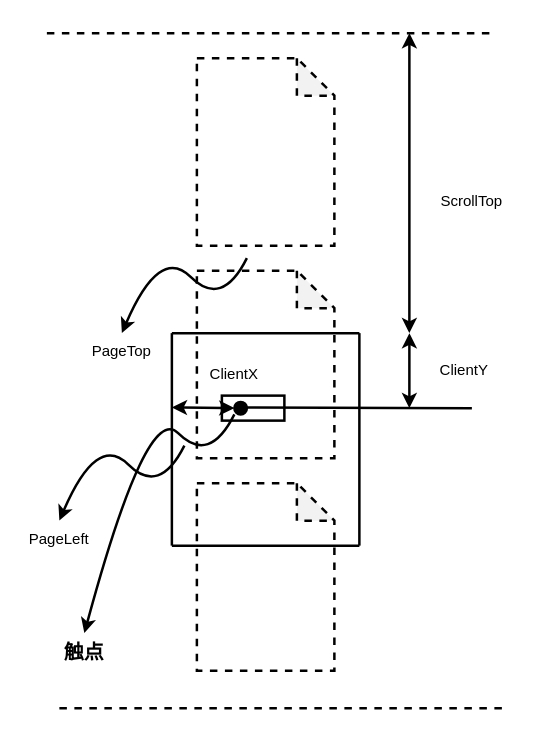
Earlier version of the draw.io diagram 5.drawio (ShawnTu/git-tutorial). Source tidied: cells renumbered, new cells numbered last; positions are measured from the earlier drawing's top-left corner, leaving out a move shared by most shapes. Both pictures are drawn from the tidied source at 125%, with x=0, y=0 at pixel (21, 32).
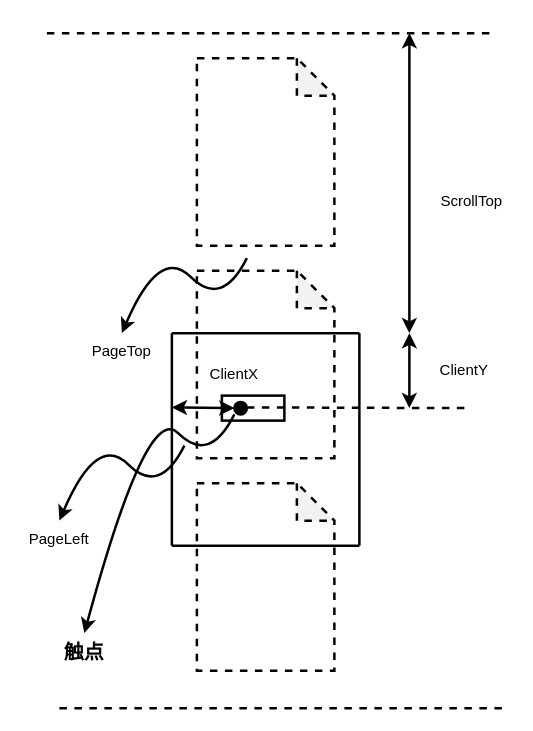
After the change.

What changed in the source:
```diff
@@
-    <mxCell id="19" style="endArrow=none;html=1;rounded=0;strokeWidth=2;" parent="1" edge="1">
+    <mxCell id="19" style="endArrow=none;html=1;rounded=0;strokeWidth=2;dashed=1;" parent="1" edge="1">
       <mxGeometry relative="1" as="geometry">
         <mxPoint x="180" y="299.4" as="sourcePoint" />
         <mxPoint x="360" y="300" as="targetPoint" />
       </mxGeometry>
     </mxCell>
```
